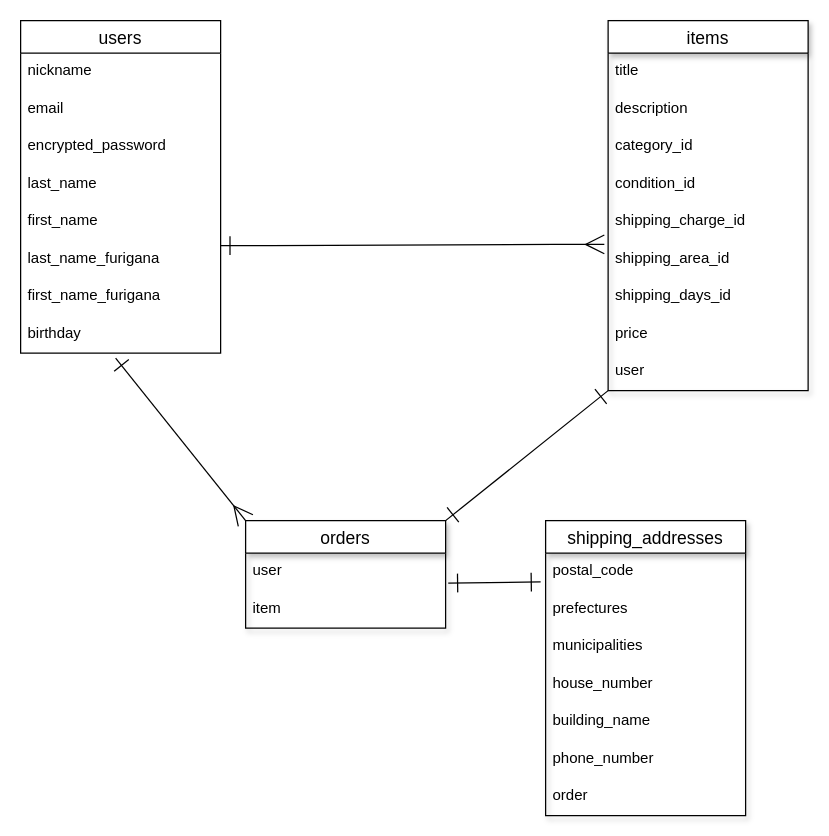
Above: furima.dio in yuu2771/furima-39627 (draw.io), before the change. Source tidied: cells renumbered, new cells numbered last; positions are measured from the earlier drawing's top-left corner, leaving out a move shared by most shapes. Both pictures are drawn from the tidied source at 125%, with x=0, y=0 at pixel (20, 20).
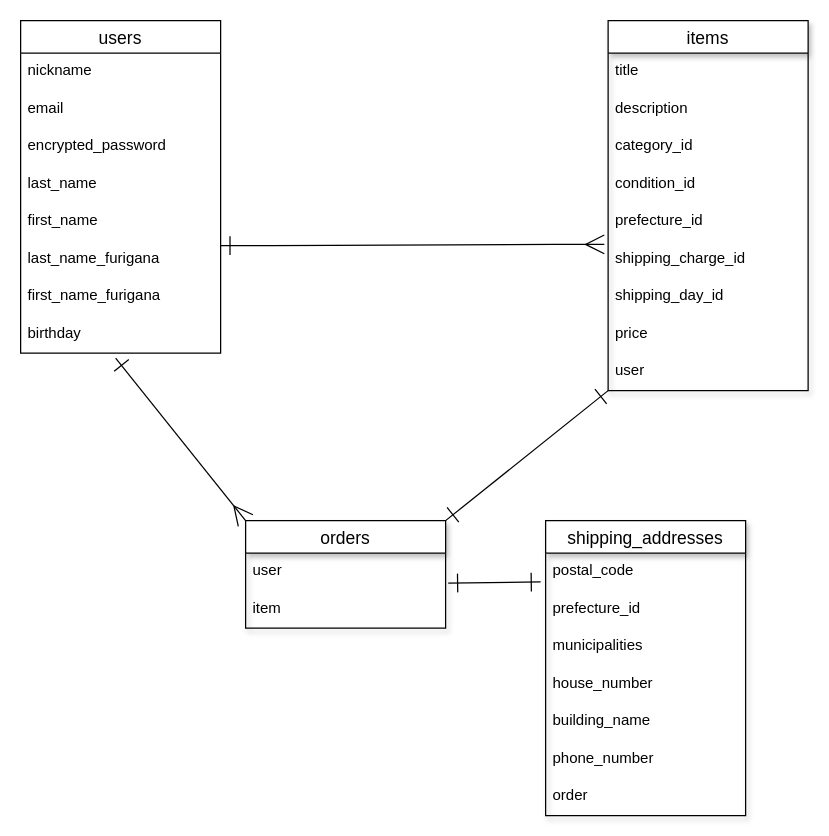
The same page after the edit.

Unchanged cells that the change refers to:
```xml
<mxCell id="11" value="items" style="swimlane;fontStyle=0;horizontal=1;startSize=26;align=center;fontSize=14;shadow=1;" parent="1" vertex="1">
  <mxGeometry x="470" width="160" height="296" as="geometry" />
</mxCell>
<mxCell id="24" value="shipping_addresses" style="swimlane;fontStyle=0;horizontal=1;startSize=26;align=center;fontSize=14;shadow=1;" parent="1" vertex="1">
  <mxGeometry x="420" y="400" width="160" height="236" as="geometry" />
</mxCell>
```

Diff of the diagram source:
```diff
@@
-    <mxCell id="16" value="shipping_charge_id" style="text;strokeColor=none;fillColor=none;spacingLeft=4;spacingRight=4;overflow=hidden;fontSize=12;shadow=1;" parent="11" vertex="1">
+    <mxCell id="16" value="prefecture_id" style="text;strokeColor=none;fillColor=none;spacingLeft=4;spacingRight=4;overflow=hidden;fontSize=12;shadow=1;" parent="11" vertex="1">
       <mxGeometry y="146" width="160" height="30" as="geometry" />
     </mxCell>
-    <mxCell id="17" value="shipping_area_id" style="text;strokeColor=none;fillColor=none;spacingLeft=4;spacingRight=4;overflow=hidden;points=[[0,0.5],[1,0.5]];portConstraint=eastwest;fontSize=12;shadow=1;" parent="11" vertex="1">
+    <mxCell id="17" value="shipping_charge_id" style="text;strokeColor=none;fillColor=none;spacingLeft=4;spacingRight=4;overflow=hidden;points=[[0,0.5],[1,0.5]];portConstraint=eastwest;fontSize=12;shadow=1;" parent="11" vertex="1">
       <mxGeometry y="176" width="160" height="30" as="geometry" />
     </mxCell>
-    <mxCell id="18" value="shipping_days_id" style="text;strokeColor=none;fillColor=none;spacingLeft=4;spacingRight=4;overflow=hidden;fontSize=12;shadow=1;" parent="11" vertex="1">
+    <mxCell id="18" value="shipping_day_id" style="text;strokeColor=none;fillColor=none;spacingLeft=4;spacingRight=4;overflow=hidden;fontSize=12;shadow=1;" parent="11" vertex="1">
       <mxGeometry y="206" width="160" height="30" as="geometry" />
     </mxCell>
@@
-    <mxCell id="26" value="prefectures" style="text;strokeColor=none;fillColor=none;spacingLeft=4;spacingRight=4;overflow=hidden;fontSize=12;shadow=1;" parent="24" vertex="1">
+    <mxCell id="26" value="prefecture_id" style="text;strokeColor=none;fillColor=none;spacingLeft=4;spacingRight=4;overflow=hidden;fontSize=12;shadow=1;" parent="24" vertex="1">
       <mxGeometry y="56" width="160" height="30" as="geometry" />
     </mxCell>
```
